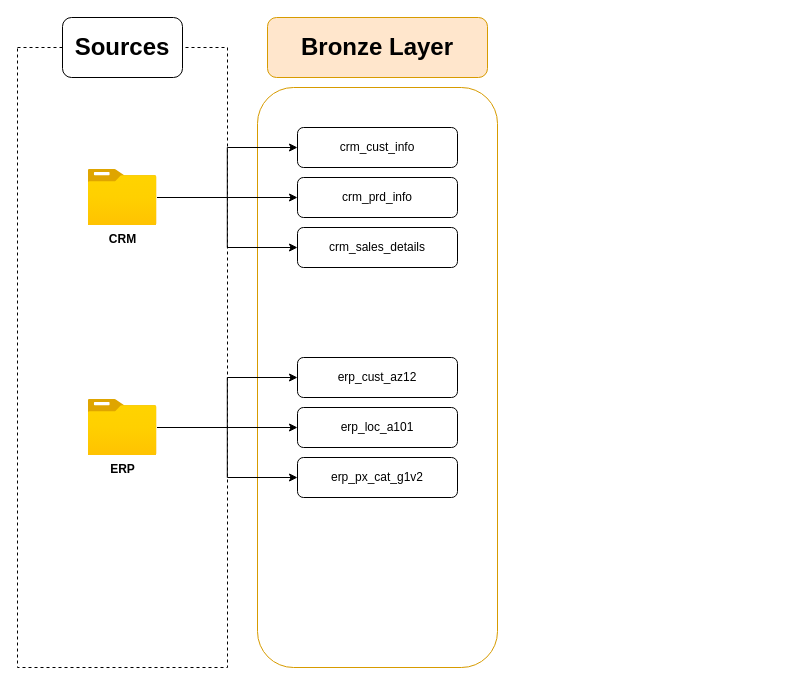
This is docs/DataFlowDiagram.drawio from Abdullah1Adawi/sql-data-warehouse-project, a draw.io file, before an edit. Source tidied: cells renumbered, new cells numbered last; positions are measured from the earlier drawing's top-left corner, leaving out a move shared by most shapes. Both pictures are drawn from the tidied source at 100%, with x=0, y=0 at pixel (17, 17).
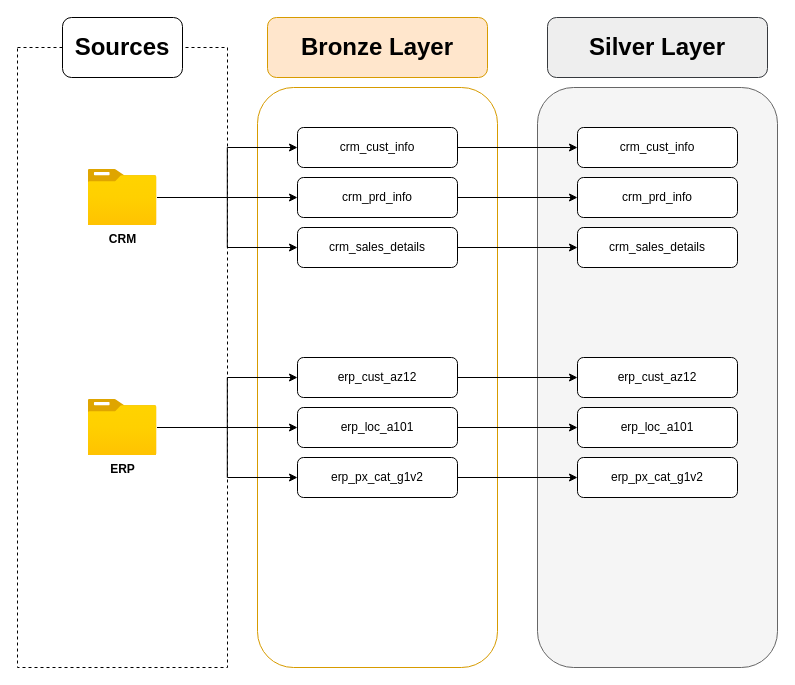
Above is the later version.

Commit message (it also covers changes not shown here):
adding silver layer

The change refers to these unchanged cells:
```xml
<mxCell id="10" value="crm_cust_info" style="rounded=1;whiteSpace=wrap;html=1;" parent="1" vertex="1">
  <mxGeometry x="280" y="110" width="160" height="40" as="geometry" />
</mxCell>
<mxCell id="11" value="crm_prd_info" style="rounded=1;whiteSpace=wrap;html=1;" parent="1" vertex="1">
  <mxGeometry x="280" y="160" width="160" height="40" as="geometry" />
</mxCell>
<mxCell id="12" value="crm_sales_details" style="rounded=1;whiteSpace=wrap;html=1;" parent="1" vertex="1">
  <mxGeometry x="280" y="210" width="160" height="40" as="geometry" />
</mxCell>
<mxCell id="17" value="erp_cust_az12" style="rounded=1;whiteSpace=wrap;html=1;" parent="1" vertex="1">
  <mxGeometry x="280" y="340" width="160" height="40" as="geometry" />
</mxCell>
<mxCell id="18" value="erp_loc_a101" style="rounded=1;whiteSpace=wrap;html=1;" parent="1" vertex="1">
  <mxGeometry x="280" y="390" width="160" height="40" as="geometry" />
</mxCell>
<mxCell id="19" value="erp_px_cat_g1v2" style="rounded=1;whiteSpace=wrap;html=1;" parent="1" vertex="1">
  <mxGeometry x="280" y="440" width="160" height="40" as="geometry" />
</mxCell>
```

Diff of the diagram source:
```diff
@@
+    <mxCell id="20" style="rounded=1;whiteSpace=wrap;html=1;fillColor=#f5f5f5;strokeColor=#666666;fontColor=#333333;" parent="1" vertex="1">
+      <mxGeometry x="520" y="70" width="240" height="580" as="geometry" />
+    </mxCell>
+    <mxCell id="21" style="edgeStyle=orthogonalEdgeStyle;rounded=0;jettySize=auto;html=1;exitX=1;exitY=0.5;exitDx=0;exitDy=0;entryX=0;entryY=0.5;entryDx=0;entryDy=0;" parent="1" edge="1" source="10" target="28">
+      <mxGeometry relative="1" as="geometry" />
+    </mxCell>
@@
+    <mxCell id="22" style="edgeStyle=orthogonalEdgeStyle;rounded=0;jettySize=auto;html=1;exitX=1;exitY=0.5;exitDx=0;exitDy=0;entryX=0;entryY=0.5;entryDx=0;entryDy=0;" parent="1" edge="1" source="11" target="29">
+      <mxGeometry relative="1" as="geometry" />
+    </mxCell>
@@
+    <mxCell id="23" style="edgeStyle=orthogonalEdgeStyle;rounded=0;jettySize=auto;html=1;exitX=1;exitY=0.5;exitDx=0;exitDy=0;entryX=0;entryY=0.5;entryDx=0;entryDy=0;" parent="1" edge="1" source="12" target="30">
+      <mxGeometry relative="1" as="geometry" />
+    </mxCell>
@@
+    <mxCell id="24" style="edgeStyle=orthogonalEdgeStyle;rounded=0;jettySize=auto;html=1;exitX=1;exitY=0.5;exitDx=0;exitDy=0;" parent="1" edge="1" source="17" target="31">
+      <mxGeometry relative="1" as="geometry" />
+    </mxCell>
@@
+    <mxCell id="25" style="edgeStyle=orthogonalEdgeStyle;rounded=0;jettySize=auto;html=1;exitX=1;exitY=0.5;exitDx=0;exitDy=0;" parent="1" edge="1" source="18" target="32">
+      <mxGeometry relative="1" as="geometry" />
+    </mxCell>
@@
+    <mxCell id="26" style="edgeStyle=orthogonalEdgeStyle;rounded=0;jettySize=auto;html=1;exitX=1;exitY=0.5;exitDx=0;exitDy=0;entryX=0;entryY=0.5;entryDx=0;entryDy=0;" parent="1" edge="1" source="19" target="33">
+      <mxGeometry relative="1" as="geometry" />
+    </mxCell>
@@
+    <mxCell id="27" value="&lt;h1&gt;Silver Layer&lt;/h1&gt;" style="rounded=1;whiteSpace=wrap;html=1;fillColor=#eeeeee;strokeColor=#36393d;" parent="1" vertex="1">
+      <mxGeometry x="530" width="220" height="60" as="geometry" />
+    </mxCell>
+    <mxCell id="28" value="crm_cust_info" style="rounded=1;whiteSpace=wrap;html=1;" parent="1" vertex="1">
+      <mxGeometry x="560" y="110" width="160" height="40" as="geometry" />
+    </mxCell>
+    <mxCell id="29" value="crm_prd_info" style="rounded=1;whiteSpace=wrap;html=1;" parent="1" vertex="1">
+      <mxGeometry x="560" y="160" width="160" height="40" as="geometry" />
+    </mxCell>
+    <mxCell id="30" value="crm_sales_details" style="rounded=1;whiteSpace=wrap;html=1;" parent="1" vertex="1">
+      <mxGeometry x="560" y="210" width="160" height="40" as="geometry" />
+    </mxCell>
+    <mxCell id="31" value="erp_cust_az12" style="rounded=1;whiteSpace=wrap;html=1;" parent="1" vertex="1">
+      <mxGeometry x="560" y="340" width="160" height="40" as="geometry" />
+    </mxCell>
+    <mxCell id="32" value="erp_loc_a101" style="rounded=1;whiteSpace=wrap;html=1;" parent="1" vertex="1">
+      <mxGeometry x="560" y="390" width="160" height="40" as="geometry" />
+    </mxCell>
+    <mxCell id="33" value="erp_px_cat_g1v2" style="rounded=1;whiteSpace=wrap;html=1;" parent="1" vertex="1">
+      <mxGeometry x="560" y="440" width="160" height="40" as="geometry" />
+    </mxCell>
```
